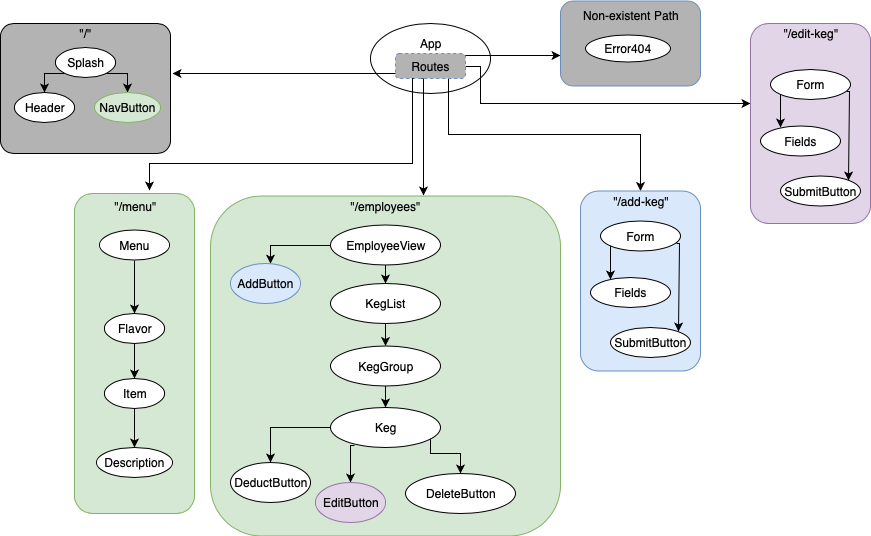
This is src/assets/images/Components.png from schoinh/tap-room, a draw.io export, as it was before one commit. Source tidied: cells renumbered, new cells last; positions are measured from the earlier drawing's top-left corner, leaving out a move shared by most shapes.
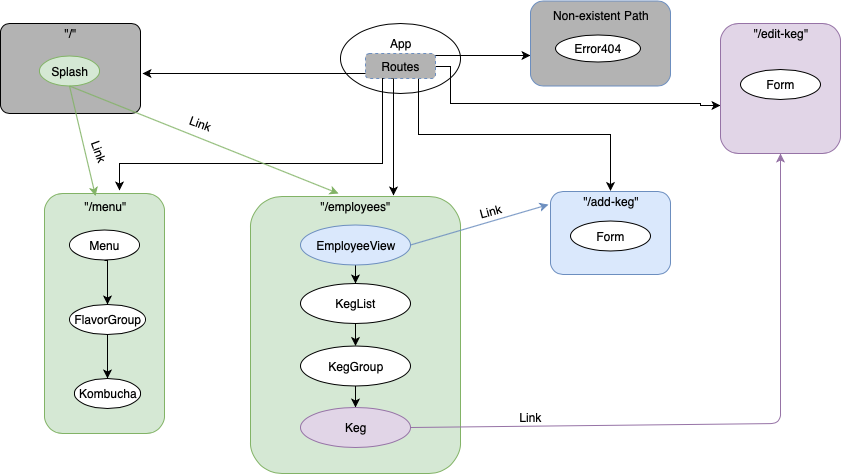
After the commit.

Commit message:
update flowchart to reflect actual code

Diff of the diagram source:
```diff
@@ -18,11 +18,13 @@
     <mxCell id="4" style="edgeStyle=orthogonalEdgeStyle;rounded=0;jettySize=auto;html=1;exitX=0.75;exitY=1;exitDx=0;exitDy=0;" parent="1" edge="1" source="7" target="19">
       <mxGeometry relative="1" as="geometry" />
     </mxCell>
-    <mxCell id="5" style="edgeStyle=orthogonalEdgeStyle;rounded=0;jettySize=auto;html=1;entryX=-0.004;entryY=0.399;entryDx=0;entryDy=0;entryPerimeter=0;" parent="1" edge="1" source="7" target="20">
+    <mxCell id="5" style="edgeStyle=orthogonalEdgeStyle;rounded=0;jettySize=auto;html=1;entryX=0;entryY=0.631;entryDx=0;entryDy=0;entryPerimeter=0;" parent="1" edge="1" source="7" target="20">
       <mxGeometry relative="1" as="geometry">
         <Array as="points">
           <mxPoint x="480" y="65" />
           <mxPoint x="480" y="102" />
+          <mxPoint x="730" y="102" />
+          <mxPoint x="730" y="104" />
         </Array>
       </mxGeometry>
     </mxCell>
@@ -41,7 +43,7 @@
       <mxGeometry x="560" y="-0.5" width="140" height="85" as="geometry" />
     </mxCell>
     <mxCell id="9" style="rounded=1;whiteSpace=wrap;html=1;fillColor=#B3B3B3;arcSize=10;" parent="1" vertex="1">
-      <mxGeometry y="22" width="170" height="130" as="geometry" />
+      <mxGeometry x="30" y="22" width="140" height="90" as="geometry" />
     </mxCell>
     <mxCell id="10" style="edgeStyle=orthogonalEdgeStyle;rounded=0;orthogonalLoop=1;jettySize=auto;html=1;" parent="1" edge="1">
       <mxGeometry relative="1" as="geometry">
@@ -65,49 +67,41 @@
       <mxGeometry x="410" y="32" width="40" height="20" as="geometry" />
     </mxCell>
     <mxCell id="13" value="&quot;/&quot;" style="text;html=1;strokeColor=none;fillColor=none;align=center;verticalAlign=middle;whiteSpace=wrap;rounded=0;" parent="1" vertex="1">
-      <mxGeometry x="65" y="22" width="40" height="20" as="geometry" />
+      <mxGeometry x="80" y="22" width="40" height="20" as="geometry" />
     </mxCell>
     <mxCell id="14" style="rounded=1;whiteSpace=wrap;html=1;fillColor=#d5e8d4;strokeColor=#82b366;" parent="1" vertex="1">
-      <mxGeometry x="74" y="192" width="120" height="320" as="geometry" />
+      <mxGeometry x="74" y="192" width="120" height="240" as="geometry" />
     </mxCell>
     <mxCell id="15" value="&quot;/menu&quot;" style="text;html=1;strokeColor=none;fillColor=none;align=center;verticalAlign=middle;whiteSpace=wrap;rounded=0;" parent="1" vertex="1">
       <mxGeometry x="115" y="194.5" width="40" height="20" as="geometry" />
     </mxCell>
     <mxCell id="16" style="rounded=1;whiteSpace=wrap;html=1;fillColor=#d5e8d4;strokeColor=#82b366;" parent="1" vertex="1">
-      <mxGeometry x="210" y="194.5" width="350" height="340" as="geometry" />
+      <mxGeometry x="280" y="195" width="210" height="277" as="geometry" />
     </mxCell>
     <mxCell id="17" value="&quot;/employees&quot;" style="text;html=1;strokeColor=none;fillColor=none;align=center;verticalAlign=middle;whiteSpace=wrap;rounded=0;" parent="1" vertex="1">
       <mxGeometry x="365" y="194.5" width="40" height="20" as="geometry" />
     </mxCell>
     <mxCell id="18" style="rounded=1;whiteSpace=wrap;html=1;fillColor=#dae8fc;strokeColor=#6c8ebf;" parent="1" vertex="1">
-      <mxGeometry x="580" y="189.5" width="120" height="180" as="geometry" />
+      <mxGeometry x="580" y="190" width="120" height="83" as="geometry" />
     </mxCell>
     <mxCell id="19" value="&quot;/add-keg&quot;" style="text;html=1;strokeColor=none;fillColor=none;align=center;verticalAlign=middle;whiteSpace=wrap;rounded=0;" parent="1" vertex="1">
       <mxGeometry x="590" y="189.5" width="100" height="20" as="geometry" />
     </mxCell>
     <mxCell id="20" style="rounded=1;whiteSpace=wrap;html=1;fillColor=#e1d5e7;strokeColor=#9673a6;" parent="1" vertex="1">
-      <mxGeometry x="750" y="22" width="120" height="200" as="geometry" />
+      <mxGeometry x="750" y="22" width="120" height="130" as="geometry" />
     </mxCell>
     <mxCell id="21" value="&quot;/edit-keg&quot;" style="text;html=1;strokeColor=none;fillColor=none;align=center;verticalAlign=middle;whiteSpace=wrap;rounded=0;" parent="1" vertex="1">
       <mxGeometry x="750" y="22" width="120" height="20" as="geometry" />
     </mxCell>
-    <mxCell id="22" style="edgeStyle=orthogonalEdgeStyle;rounded=0;jettySize=auto;html=1;exitX=0;exitY=1;exitDx=0;exitDy=0;entryX=0.5;entryY=0;entryDx=0;entryDy=0;" parent="1" edge="1" source="24" target="25">
-      <mxGeometry relative="1" as="geometry" />
-    </mxCell>
-    <mxCell id="23" style="edgeStyle=orthogonalEdgeStyle;rounded=0;jettySize=auto;html=1;exitX=1;exitY=1;exitDx=0;exitDy=0;entryX=0.5;entryY=0;entryDx=0;entryDy=0;" parent="1" edge="1" source="24" target="26">
-      <mxGeometry relative="1" as="geometry" />
-    </mxCell>
-    <mxCell id="24" value="Splash" style="ellipse;whiteSpace=wrap;html=1;fillColor=#FFFFFF;" parent="1" vertex="1">
-      <mxGeometry x="55" y="46" width="60" height="30" as="geometry" />
+    <mxCell id="24" value="Splash" style="ellipse;whiteSpace=wrap;html=1;fillColor=#d5e8d4;strokeColor=#82b366;" parent="1" vertex="1">
+      <mxGeometry x="69" y="54.5" width="60" height="30" as="geometry" />
     </mxCell>
-    <mxCell id="25" value="Header" style="ellipse;whiteSpace=wrap;html=1;fillColor=#FFFFFF;" parent="1" vertex="1">
-      <mxGeometry x="14" y="91" width="60" height="30" as="geometry" />
-    </mxCell>
-    <mxCell id="26" value="NavButton" style="ellipse;whiteSpace=wrap;html=1;fillColor=#d5e8d4;strokeColor=#82b366;" parent="1" vertex="1">
-      <mxGeometry x="94" y="91" width="66" height="30" as="geometry" />
-    </mxCell>
     <mxCell id="27" style="edgeStyle=orthogonalEdgeStyle;rounded=0;jettySize=auto;html=1;exitX=0.5;exitY=1;exitDx=0;exitDy=0;entryX=0.5;entryY=0;entryDx=0;entryDy=0;" parent="1" edge="1" source="28" target="30">
-      <mxGeometry relative="1" as="geometry" />
+      <mxGeometry relative="1" as="geometry">
+        <Array as="points">
+          <mxPoint x="137" y="259" />
+        </Array>
+      </mxGeometry>
     </mxCell>
     <mxCell id="28" value="Menu" style="ellipse;whiteSpace=wrap;html=1;fillColor=#FFFFFF;" parent="1" vertex="1">
       <mxGeometry x="99" y="228.5" width="70" height="30" as="geometry" />
@@ -115,29 +109,16 @@
     <mxCell id="29" style="edgeStyle=orthogonalEdgeStyle;rounded=0;jettySize=auto;html=1;exitX=0.5;exitY=1;exitDx=0;exitDy=0;entryX=0.5;entryY=0;entryDx=0;entryDy=0;" parent="1" edge="1" source="30" target="32">
       <mxGeometry relative="1" as="geometry" />
     </mxCell>
-    <mxCell id="30" value="Flavor" style="ellipse;whiteSpace=wrap;html=1;fillColor=#FFFFFF;" parent="1" vertex="1">
-      <mxGeometry x="104" y="312" width="60" height="30" as="geometry" />
+    <mxCell id="30" value="FlavorGroup" style="ellipse;whiteSpace=wrap;html=1;fillColor=#FFFFFF;" parent="1" vertex="1">
+      <mxGeometry x="99" y="303" width="76" height="30" as="geometry" />
     </mxCell>
-    <mxCell id="31" style="edgeStyle=orthogonalEdgeStyle;rounded=0;jettySize=auto;html=1;entryX=0.5;entryY=0;entryDx=0;entryDy=0;exitX=0.5;exitY=1;exitDx=0;exitDy=0;" parent="1" edge="1" source="32" target="33">
-      <mxGeometry relative="1" as="geometry" />
-    </mxCell>
-    <mxCell id="32" value="Item" style="ellipse;whiteSpace=wrap;html=1;fillColor=#FFFFFF;" parent="1" vertex="1">
-      <mxGeometry x="104" y="377" width="60" height="30" as="geometry" />
+    <mxCell id="32" value="Kombucha" style="ellipse;whiteSpace=wrap;html=1;fillColor=#FFFFFF;" parent="1" vertex="1">
+      <mxGeometry x="104" y="377" width="66" height="30" as="geometry" />
     </mxCell>
-    <mxCell id="33" value="Description" style="ellipse;whiteSpace=wrap;html=1;fillColor=#FFFFFF;" parent="1" vertex="1">
-      <mxGeometry x="96" y="446" width="76" height="30" as="geometry" />
-    </mxCell>
-    <mxCell id="34" style="edgeStyle=orthogonalEdgeStyle;rounded=0;jettySize=auto;html=1;" parent="1" edge="1" source="36" target="48">
-      <mxGeometry relative="1" as="geometry">
-        <Array as="points">
-          <mxPoint x="270" y="244" />
-        </Array>
-      </mxGeometry>
-    </mxCell>
     <mxCell id="35" style="edgeStyle=orthogonalEdgeStyle;rounded=0;jettySize=auto;html=1;" parent="1" edge="1" source="36" target="38">
       <mxGeometry relative="1" as="geometry" />
     </mxCell>
-    <mxCell id="36" value="EmployeeView" style="ellipse;whiteSpace=wrap;html=1;fillColor=#FFFFFF;" parent="1" vertex="1">
+    <mxCell id="36" value="EmployeeView" style="ellipse;whiteSpace=wrap;html=1;fillColor=#dae8fc;strokeColor=#6c8ebf;" parent="1" vertex="1">
       <mxGeometry x="330" y="223.5" width="110" height="40" as="geometry" />
     </mxCell>
     <mxCell id="37" style="edgeStyle=orthogonalEdgeStyle;rounded=0;jettySize=auto;html=1;" parent="1" edge="1" source="38" target="40">
@@ -152,92 +133,48 @@
     <mxCell id="40" value="KegGroup" style="ellipse;whiteSpace=wrap;html=1;fillColor=#FFFFFF;" parent="1" vertex="1">
       <mxGeometry x="330" y="344.5" width="110" height="40" as="geometry" />
     </mxCell>
-    <mxCell id="41" style="edgeStyle=orthogonalEdgeStyle;rounded=0;jettySize=auto;html=1;" parent="1" edge="1" source="44" target="47">
-      <mxGeometry relative="1" as="geometry" />
-    </mxCell>
-    <mxCell id="42" style="edgeStyle=orthogonalEdgeStyle;rounded=0;jettySize=auto;html=1;exitX=0.215;exitY=0.938;exitDx=0;exitDy=0;exitPerimeter=0;" parent="1" edge="1" source="44" target="46">
-      <mxGeometry relative="1" as="geometry">
-        <Array as="points">
-          <mxPoint x="350" y="444" />
-        </Array>
-      </mxGeometry>
-    </mxCell>
-    <mxCell id="43" style="edgeStyle=orthogonalEdgeStyle;rounded=0;jettySize=auto;html=1;" parent="1" edge="1" source="44" target="45">
-      <mxGeometry relative="1" as="geometry">
-        <Array as="points">
-          <mxPoint x="430" y="452" />
-          <mxPoint x="460" y="452" />
-        </Array>
-      </mxGeometry>
-    </mxCell>
-    <mxCell id="44" value="Keg" style="ellipse;whiteSpace=wrap;html=1;fillColor=#FFFFFF;" parent="1" vertex="1">
+    <mxCell id="44" value="Keg" style="ellipse;whiteSpace=wrap;html=1;fillColor=#e1d5e7;strokeColor=#9673a6;" parent="1" vertex="1">
       <mxGeometry x="330" y="406" width="110" height="40" as="geometry" />
     </mxCell>
-    <mxCell id="45" value="DeleteButton" style="ellipse;whiteSpace=wrap;html=1;fillColor=#FFFFFF;" parent="1" vertex="1">
-      <mxGeometry x="405" y="472" width="110" height="40" as="geometry" />
-    </mxCell>
-    <mxCell id="46" value="EditButton" style="ellipse;whiteSpace=wrap;html=1;fillColor=#e1d5e7;strokeColor=#9673a6;" parent="1" vertex="1">
-      <mxGeometry x="315" y="481" width="70" height="40" as="geometry" />
-    </mxCell>
-    <mxCell id="47" value="DeductButton" style="ellipse;whiteSpace=wrap;html=1;fillColor=#FFFFFF;" parent="1" vertex="1">
-      <mxGeometry x="230" y="461" width="80" height="40" as="geometry" />
-    </mxCell>
-    <mxCell id="48" value="AddButton" style="ellipse;whiteSpace=wrap;html=1;fillColor=#dae8fc;strokeColor=#6c8ebf;" parent="1" vertex="1">
-      <mxGeometry x="230" y="262" width="70" height="40" as="geometry" />
-    </mxCell>
-    <mxCell id="49" style="edgeStyle=orthogonalEdgeStyle;rounded=0;jettySize=auto;html=1;entryX=0.244;entryY=0.056;entryDx=0;entryDy=0;entryPerimeter=0;" parent="1" edge="1" source="51" target="53">
-      <mxGeometry relative="1" as="geometry">
-        <Array as="points">
-          <mxPoint x="610" y="269.5" />
-          <mxPoint x="610" y="269.5" />
-        </Array>
-      </mxGeometry>
-    </mxCell>
-    <mxCell id="50" style="edgeStyle=orthogonalEdgeStyle;rounded=0;jettySize=auto;html=1;exitX=0.952;exitY=0.744;exitDx=0;exitDy=0;exitPerimeter=0;entryX=1;entryY=0;entryDx=0;entryDy=0;" parent="1" edge="1" source="51" target="52">
-      <mxGeometry relative="1" as="geometry">
-        <Array as="points">
-          <mxPoint x="679" y="241.5" />
-        </Array>
-      </mxGeometry>
-    </mxCell>
     <mxCell id="51" value="Form" style="ellipse;whiteSpace=wrap;html=1;fillColor=#FFFFFF;" parent="1" vertex="1">
       <mxGeometry x="600" y="219.5" width="80" height="30" as="geometry" />
     </mxCell>
-    <mxCell id="52" value="SubmitButton" style="ellipse;whiteSpace=wrap;html=1;fillColor=#FFFFFF;" parent="1" vertex="1">
-      <mxGeometry x="610" y="326" width="80" height="30" as="geometry" />
-    </mxCell>
-    <mxCell id="53" value="Fields" style="ellipse;whiteSpace=wrap;html=1;fillColor=#FFFFFF;" parent="1" vertex="1">
-      <mxGeometry x="590" y="276" width="80" height="30" as="geometry" />
-    </mxCell>
-    <mxCell id="54" style="edgeStyle=orthogonalEdgeStyle;rounded=0;jettySize=auto;html=1;entryX=0.244;entryY=0.056;entryDx=0;entryDy=0;entryPerimeter=0;" parent="1" edge="1" source="56" target="58">
-      <mxGeometry relative="1" as="geometry">
-        <Array as="points">
-          <mxPoint x="780" y="118" />
-          <mxPoint x="780" y="118" />
-        </Array>
-      </mxGeometry>
-    </mxCell>
-    <mxCell id="55" style="edgeStyle=orthogonalEdgeStyle;rounded=0;jettySize=auto;html=1;exitX=0.952;exitY=0.744;exitDx=0;exitDy=0;exitPerimeter=0;entryX=1;entryY=0;entryDx=0;entryDy=0;" parent="1" edge="1" source="56" target="57">
-      <mxGeometry relative="1" as="geometry">
-        <Array as="points">
-          <mxPoint x="849" y="90" />
-        </Array>
-      </mxGeometry>
-    </mxCell>
     <mxCell id="56" value="Form" style="ellipse;whiteSpace=wrap;html=1;fillColor=#FFFFFF;" parent="1" vertex="1">
       <mxGeometry x="770" y="68" width="80" height="30" as="geometry" />
     </mxCell>
-    <mxCell id="57" value="SubmitButton" style="ellipse;whiteSpace=wrap;html=1;fillColor=#FFFFFF;" parent="1" vertex="1">
-      <mxGeometry x="780" y="174.5" width="80" height="30" as="geometry" />
-    </mxCell>
-    <mxCell id="58" value="Fields" style="ellipse;whiteSpace=wrap;html=1;fillColor=#FFFFFF;" parent="1" vertex="1">
-      <mxGeometry x="760" y="124.5" width="80" height="30" as="geometry" />
-    </mxCell>
     <mxCell id="59" value="Non-existent Path" style="text;html=1;strokeColor=none;fillColor=none;align=center;verticalAlign=middle;whiteSpace=wrap;rounded=0;" parent="1" vertex="1">
       <mxGeometry x="580" y="3.5" width="100" height="20" as="geometry" />
     </mxCell>
     <mxCell id="60" value="Error404" style="ellipse;whiteSpace=wrap;html=1;" parent="1" vertex="1">
       <mxGeometry x="585" y="33.5" width="85" height="27" as="geometry" />
     </mxCell>
+    <mxCell id="61" style="endArrow=classic;html=1;fillColor=#d5e8d4;strokeColor=#82b366;exitX=0.5;exitY=1;exitDx=0;exitDy=0;entryX=0.25;entryY=0;entryDx=0;entryDy=0;" parent="1" edge="1" source="24" target="15">
+      <mxGeometry relative="1" as="geometry" />
+    </mxCell>
+    <mxCell id="62" style="endArrow=classic;html=1;fillColor=#d5e8d4;strokeColor=#82b366;exitX=0.5;exitY=1;exitDx=0;exitDy=0;entryX=0.075;entryY=-0.125;entryDx=0;entryDy=0;entryPerimeter=0;" parent="1" edge="1" source="24" target="17">
+      <mxGeometry relative="1" as="geometry" />
+    </mxCell>
+    <mxCell id="63" style="endArrow=classic;html=1;exitX=1;exitY=0.5;exitDx=0;exitDy=0;entryX=-0.017;entryY=0.158;entryDx=0;entryDy=0;entryPerimeter=0;fillColor=#dae8fc;strokeColor=#6c8ebf;" parent="1" edge="1" source="36" target="18">
+      <mxGeometry relative="1" as="geometry" />
+    </mxCell>
+    <mxCell id="64" style="endArrow=classic;html=1;fillColor=#e1d5e7;strokeColor=#9673a6;exitX=1;exitY=0.5;exitDx=0;exitDy=0;entryX=0.5;entryY=1;entryDx=0;entryDy=0;" parent="1" edge="1" source="44" target="20">
+      <mxGeometry relative="1" as="geometry">
+        <Array as="points">
+          <mxPoint x="810" y="422" />
+        </Array>
+      </mxGeometry>
+    </mxCell>
+    <mxCell id="65" value="Link" style="text;html=1;align=center;verticalAlign=middle;whiteSpace=wrap;rounded=0;rotation=20;" parent="1" vertex="1">
+      <mxGeometry x="210" y="112" width="40" height="20" as="geometry" />
+    </mxCell>
+    <mxCell id="66" value="Link" style="text;html=1;align=center;verticalAlign=middle;whiteSpace=wrap;rounded=0;rotation=70;" parent="1" vertex="1">
+      <mxGeometry x="109" y="139.5" width="40" height="20" as="geometry" />
+    </mxCell>
+    <mxCell id="67" value="Link" style="text;html=1;align=center;verticalAlign=middle;whiteSpace=wrap;rounded=0;rotation=-15;" parent="1" vertex="1">
+      <mxGeometry x="500" y="199.5" width="40" height="20" as="geometry" />
+    </mxCell>
+    <mxCell id="68" value="Link" style="text;html=1;align=center;verticalAlign=middle;whiteSpace=wrap;rounded=0;rotation=0;" parent="1" vertex="1">
+      <mxGeometry x="540" y="406" width="40" height="20" as="geometry" />
+    </mxCell>
   </root>
 </mxGraphModel>
```
